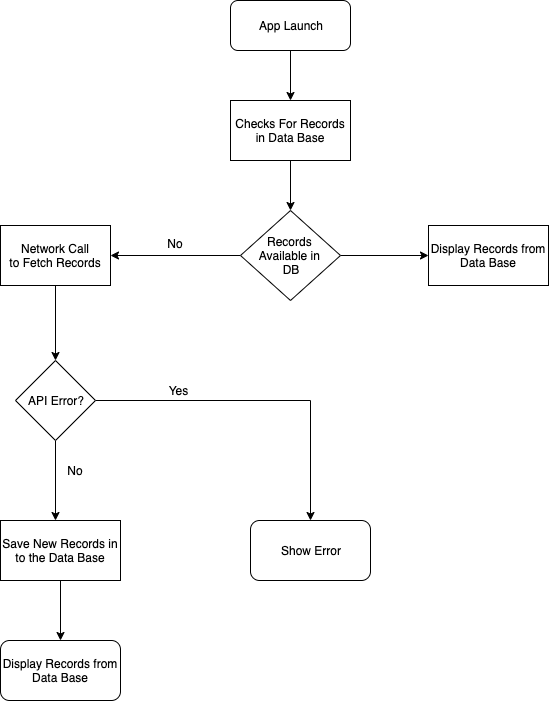
Above: ScreenShots/flowChart.png in jshivam/deliveries-ios (draw.io), before the change. Source tidied: cells renumbered, new cells last; positions are measured from the earlier drawing's top-left corner, leaving out a move shared by most shapes. The source it was exported from:
```xml
<mxGraphModel background="#ffffff">
  <root>
    <mxCell id="0" />
    <mxCell id="1" parent="0" />
    <mxCell id="2" style="edgeStyle=orthogonalEdgeStyle;rounded=0;jettySize=auto;html=1;" parent="1" edge="1" source="3">
      <mxGeometry relative="1" as="geometry">
        <mxPoint x="290" y="100" as="targetPoint" />
      </mxGeometry>
    </mxCell>
    <mxCell id="3" value="App Launch" style="rounded=1;whiteSpace=wrap;html=1;" parent="1" vertex="1">
      <mxGeometry x="230" width="120" height="50" as="geometry" />
    </mxCell>
    <mxCell id="4" style="edgeStyle=orthogonalEdgeStyle;rounded=0;jettySize=auto;html=1;entryX=0.5;entryY=0;entryDx=0;entryDy=0;" parent="1" edge="1" source="5" target="15">
      <mxGeometry relative="1" as="geometry" />
    </mxCell>
    <mxCell id="5" value="&lt;span style=&quot;white-space: normal&quot;&gt;Network Call&lt;/span&gt;&lt;br style=&quot;white-space: normal&quot;&gt;&lt;span style=&quot;white-space: normal&quot;&gt;to Fetch Records&lt;/span&gt;" style="rounded=0;whiteSpace=wrap;html=1;" parent="1" vertex="1">
      <mxGeometry y="225" width="110" height="60" as="geometry" />
    </mxCell>
    <mxCell id="6" style="edgeStyle=orthogonalEdgeStyle;rounded=0;jettySize=auto;html=1;entryX=1;entryY=0.5;entryDx=0;entryDy=0;" parent="1" edge="1" source="8" target="5">
      <mxGeometry relative="1" as="geometry" />
    </mxCell>
    <mxCell id="7" style="edgeStyle=orthogonalEdgeStyle;rounded=0;jettySize=auto;html=1;exitX=1;exitY=0.5;exitDx=0;exitDy=0;entryX=0;entryY=0.5;entryDx=0;entryDy=0;" parent="1" edge="1" source="8" target="12">
      <mxGeometry relative="1" as="geometry" />
    </mxCell>
    <mxCell id="8" value="Records&amp;nbsp;&lt;br&gt;Available in&amp;nbsp;&lt;br&gt;DB" style="rhombus;whiteSpace=wrap;html=1;" parent="1" vertex="1">
      <mxGeometry x="240" y="210" width="100" height="90" as="geometry" />
    </mxCell>
    <mxCell id="9" style="edgeStyle=orthogonalEdgeStyle;rounded=0;jettySize=auto;html=1;entryX=0.5;entryY=0;entryDx=0;entryDy=0;" parent="1" edge="1" source="10" target="8">
      <mxGeometry relative="1" as="geometry" />
    </mxCell>
    <mxCell id="10" value="Checks For Records&lt;br&gt;in Data Base" style="rounded=0;whiteSpace=wrap;html=1;" parent="1" vertex="1">
      <mxGeometry x="230" y="100" width="120" height="60" as="geometry" />
    </mxCell>
    <mxCell id="11" value="No" style="text;html=1;strokeColor=none;fillColor=none;align=center;verticalAlign=middle;whiteSpace=wrap;rounded=0;" parent="1" vertex="1">
      <mxGeometry x="155" y="233" width="40" height="20" as="geometry" />
    </mxCell>
    <mxCell id="12" value="Display Records from Data Base" style="rounded=0;whiteSpace=wrap;html=1;" parent="1" vertex="1">
      <mxGeometry x="428" y="225" width="120" height="60" as="geometry" />
    </mxCell>
    <mxCell id="13" style="edgeStyle=orthogonalEdgeStyle;rounded=0;jettySize=auto;html=1;" parent="1" edge="1" source="15">
      <mxGeometry relative="1" as="geometry">
        <mxPoint x="55" y="520" as="targetPoint" />
      </mxGeometry>
    </mxCell>
    <mxCell id="14" style="edgeStyle=orthogonalEdgeStyle;rounded=0;jettySize=auto;html=1;exitX=1;exitY=0.5;exitDx=0;exitDy=0;" parent="1" edge="1" source="15" target="20">
      <mxGeometry relative="1" as="geometry" />
    </mxCell>
    <mxCell id="15" value="API Error?" style="rhombus;whiteSpace=wrap;html=1;" parent="1" vertex="1">
      <mxGeometry x="15" y="360" width="80" height="80" as="geometry" />
    </mxCell>
    <mxCell id="16" value="No" style="text;html=1;strokeColor=none;fillColor=none;align=center;verticalAlign=middle;whiteSpace=wrap;rounded=0;" parent="1" vertex="1">
      <mxGeometry x="55" y="460" width="40" height="20" as="geometry" />
    </mxCell>
    <mxCell id="17" style="edgeStyle=orthogonalEdgeStyle;rounded=0;jettySize=auto;html=1;entryX=0.5;entryY=0;entryDx=0;entryDy=0;" parent="1" edge="1" source="18" target="19">
      <mxGeometry relative="1" as="geometry" />
    </mxCell>
    <mxCell id="18" value="Save New Records in to the Data Base" style="rounded=0;whiteSpace=wrap;html=1;" parent="1" vertex="1">
      <mxGeometry y="520" width="120" height="60" as="geometry" />
    </mxCell>
    <mxCell id="19" value="&lt;span style=&quot;white-space: normal&quot;&gt;Display Records from Data Base&lt;/span&gt;" style="rounded=1;whiteSpace=wrap;html=1;" parent="1" vertex="1">
      <mxGeometry y="640" width="120" height="60" as="geometry" />
    </mxCell>
    <mxCell id="20" value="Show Error" style="rounded=1;whiteSpace=wrap;html=1;" parent="1" vertex="1">
      <mxGeometry x="250" y="520" width="120" height="60" as="geometry" />
    </mxCell>
    <mxCell id="21" value="Yes" style="text;html=1;strokeColor=none;fillColor=none;align=center;verticalAlign=middle;whiteSpace=wrap;rounded=0;" parent="1" vertex="1">
      <mxGeometry x="155" y="380" width="45" height="20" as="geometry" />
    </mxCell>
  </root>
</mxGraphModel>
```
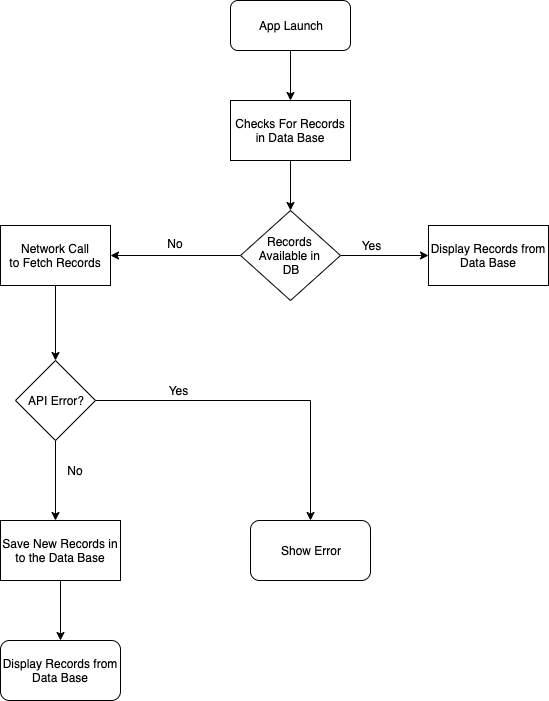
After the change.

Commit message:
flow chart update

The edit, as a diff of the source:
```diff
@@ -66,5 +66,8 @@
     <mxCell id="21" value="Yes" style="text;html=1;strokeColor=none;fillColor=none;align=center;verticalAlign=middle;whiteSpace=wrap;rounded=0;" parent="1" vertex="1">
       <mxGeometry x="155" y="380" width="45" height="20" as="geometry" />
     </mxCell>
+    <mxCell id="22" value="Yes" style="text;html=1;strokeColor=none;fillColor=none;align=center;verticalAlign=middle;whiteSpace=wrap;rounded=0;" parent="1" vertex="1">
+      <mxGeometry x="347.5" y="235" width="45" height="20" as="geometry" />
+    </mxCell>
   </root>
 </mxGraphModel>
```
